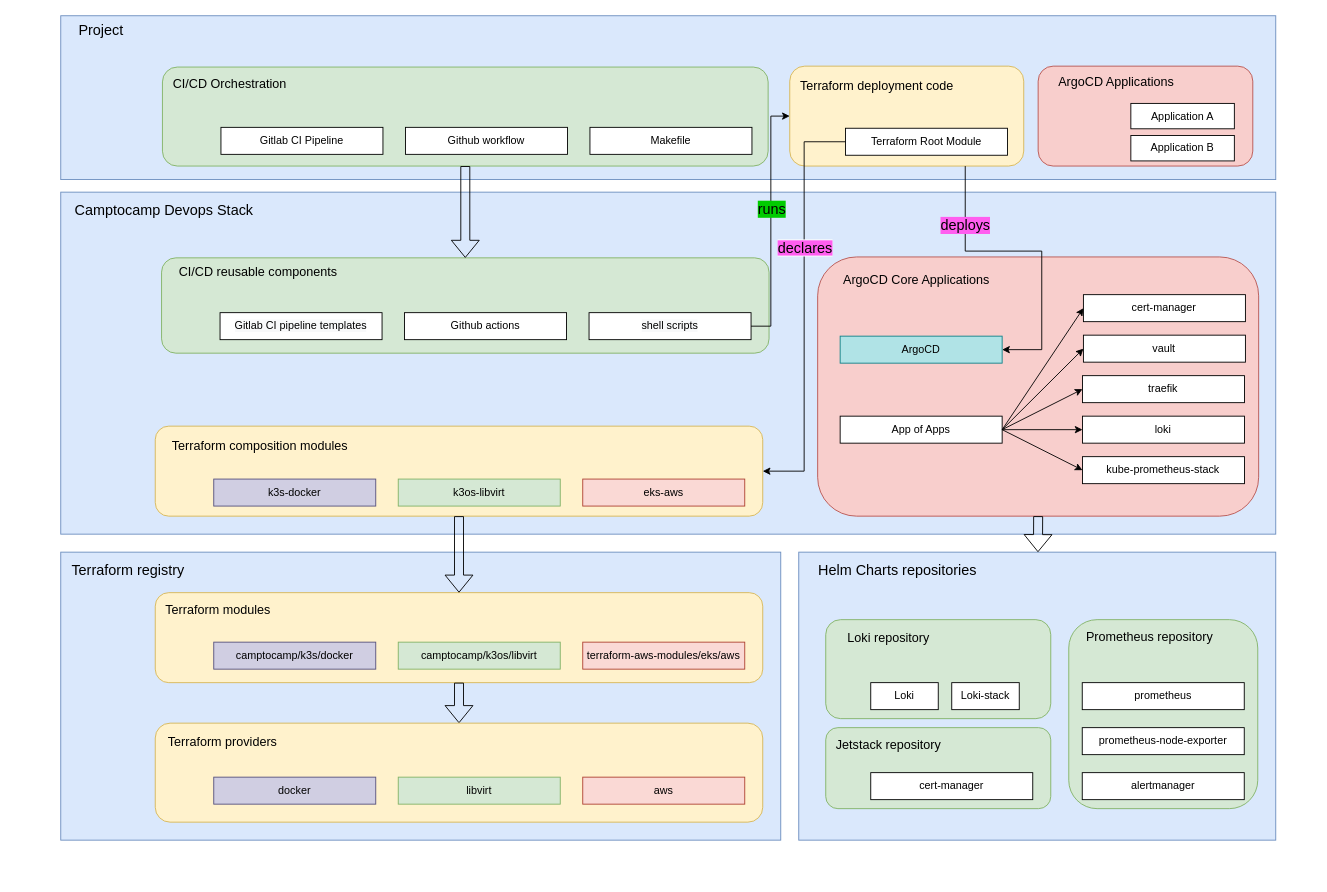
This is docs/modules/ROOT/assets/images/devops-stack-architecture.drawio from camptocamp/devops-stack, a draw.io file, before an edit. Source tidied: cells renumbered, new cells numbered last; positions are measured from the earlier drawing's top-left corner, leaving out a move shared by most shapes. Both pictures are drawn from the tidied source at 90%, with x=0, y=0 at pixel (15, 15).
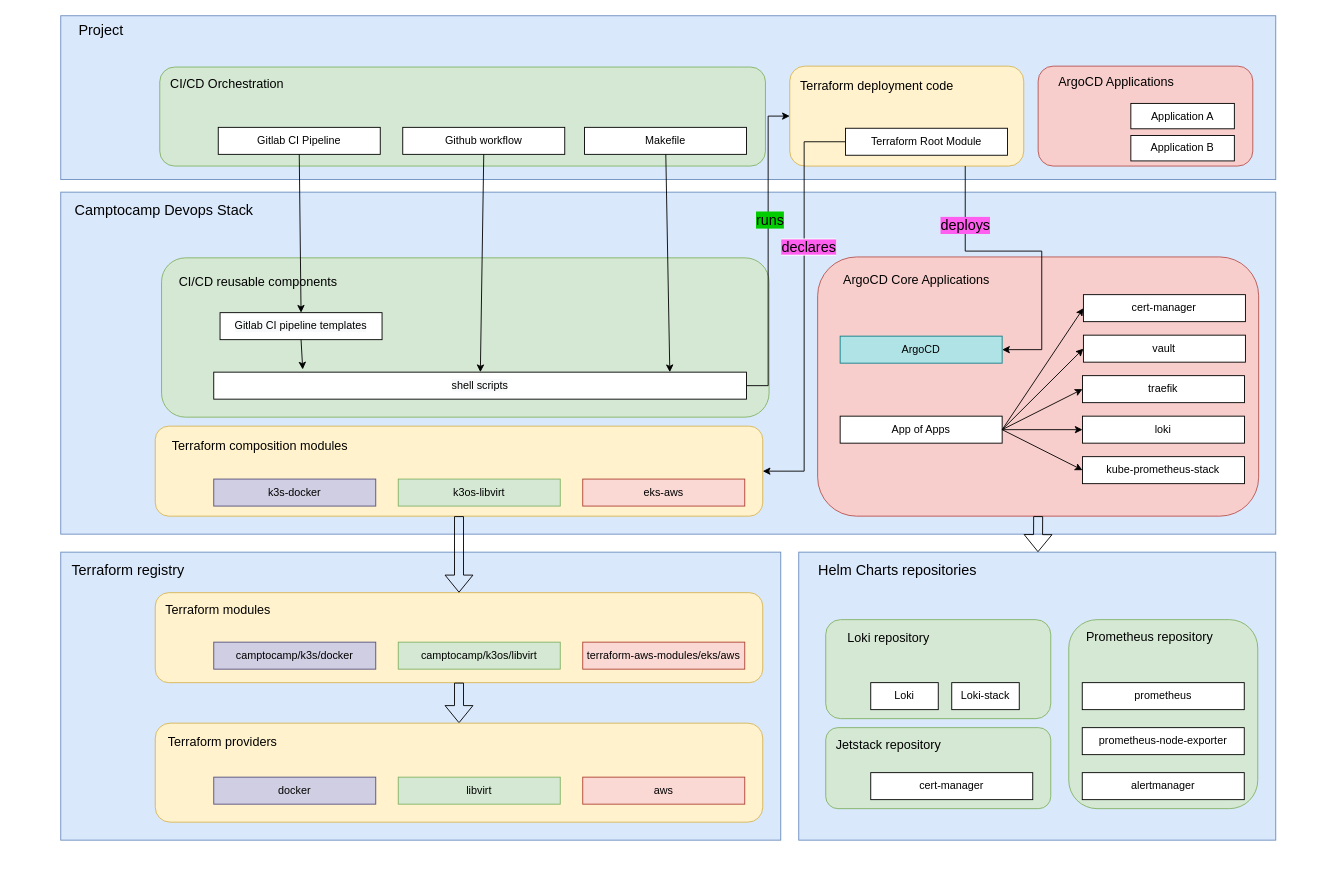
The same diagram, later.

Commit message (it also covers changes not shown here):
Update architecture schema

The change refers to these unchanged cells:
```xml
<mxCell id="18" style="group;" parent="1" vertex="1">
  <mxGeometry y="196" width="1400" height="380" as="geometry" />
</mxCell>
<mxCell id="42" value="&lt;span style=&quot;color: rgb(0, 0, 0); font-family: helvetica; font-size: 12px; font-style: normal; font-weight: 400; letter-spacing: normal; text-align: center; text-indent: 0px; text-transform: none; word-spacing: 0px; background-color: rgb(248, 249, 250); display: inline; float: none;&quot;&gt;Gitlab CI pipeline templates&lt;/span&gt;" style="rounded=0;whiteSpace=wrap;html=1;" parent="18" vertex="1">
  <mxGeometry x="227" y="133.9" width="180" height="30" as="geometry" />
</mxCell>
<mxCell id="75" style="rounded=1;whiteSpace=wrap;html=1;fillColor=#d5e8d4;strokeColor=#82b366;" parent="74" vertex="1">
  <mxGeometry width="673" height="110" as="geometry" />
</mxCell>
<mxCell id="77" value="Gitlab CI Pipeline" style="rounded=0;whiteSpace=wrap;html=1;" parent="74" vertex="1">
  <mxGeometry x="65" y="67" width="180" height="30" as="geometry" />
</mxCell>
<mxCell id="78" value="Github workflow" style="rounded=0;whiteSpace=wrap;html=1;" parent="74" vertex="1">
  <mxGeometry x="270" y="67" width="180" height="30" as="geometry" />
</mxCell>
<mxCell id="85" style="edgeStyle=elbowEdgeStyle;rounded=0;jettySize=auto;html=1;exitX=1;exitY=0.5;exitDx=0;exitDy=0;entryX=0;entryY=0.5;entryDx=0;entryDy=0;fontSize=14;" parent="1" edge="1" source="41" target="81">
  <mxGeometry relative="1" as="geometry" />
</mxCell>
<mxCell id="89" style="edgeStyle=elbowEdgeStyle;rounded=0;jumpStyle=arc;jettySize=auto;html=1;exitX=0;exitY=0.5;exitDx=0;exitDy=0;entryX=1;entryY=0.5;entryDx=0;entryDy=0;shadow=0;fontSize=14;" parent="1" edge="1" source="83" target="44">
  <mxGeometry relative="1" as="geometry" />
</mxCell>
```

What changed in the source:
```diff
@@
     <mxCell id="37" style="group;" parent="18" vertex="1">
-      <mxGeometry x="162" y="73" width="675" height="105.9" as="geometry" />
+      <mxGeometry x="162" y="73" width="675" height="177" as="geometry" />
     </mxCell>
     <mxCell id="38" style="rounded=1;whiteSpace=wrap;html=1;fillColor=#d5e8d4;strokeColor=#82b366;" parent="37" vertex="1">
-      <mxGeometry width="675" height="105.9" as="geometry" />
+      <mxGeometry width="675" height="177" as="geometry" />
     </mxCell>
     <mxCell id="39" value="CI/CD reusable components" style="text;html=1;strokeColor=none;fillColor=none;align=center;verticalAlign=middle;whiteSpace=wrap;rounded=0;rotation=0;fontSize=14;" parent="37" vertex="1">
-      <mxGeometry x="15" y="9.2" width="185" height="14.3" as="geometry" />
+      <mxGeometry x="15" y="15.4" width="185" height="23.9" as="geometry" />
     </mxCell>
-    <mxCell id="40" value="Github actions" style="rounded=0;whiteSpace=wrap;html=1;" parent="18" vertex="1">
-      <mxGeometry x="432" y="133.9" width="180" height="30" as="geometry" />
-    </mxCell>
-    <mxCell id="41" value="&lt;span style=&quot;color: rgb(0, 0, 0); font-family: helvetica; font-size: 12px; font-style: normal; font-weight: 400; letter-spacing: normal; text-align: center; text-indent: 0px; text-transform: none; word-spacing: 0px; background-color: rgb(248, 249, 250); display: inline; float: none;&quot;&gt;shell scripts&lt;/span&gt;" style="rounded=0;whiteSpace=wrap;html=1;" parent="18" vertex="1">
-      <mxGeometry x="637" y="133.9" width="180" height="30" as="geometry" />
+    <mxCell id="41" value="&lt;span style=&quot;color: rgb(0, 0, 0); font-family: helvetica; font-size: 12px; font-style: normal; font-weight: 400; letter-spacing: normal; text-align: center; text-indent: 0px; text-transform: none; word-spacing: 0px; background-color: rgb(248, 249, 250); display: inline; float: none;&quot;&gt;shell scripts&lt;/span&gt;" style="rounded=0;whiteSpace=wrap;html=1;" parent="37" vertex="1">
+      <mxGeometry x="58" y="127" width="592" height="30" as="geometry" />
     </mxCell>
@@
+    <mxCell id="92" style="endArrow=classic;html=1;exitX=0.5;exitY=1;exitDx=0;exitDy=0;entryX=0.167;entryY=-0.1;entryDx=0;entryDy=0;entryPerimeter=0;" parent="18" edge="1" source="42" target="41">
+      <mxGeometry relative="1" as="geometry" />
+    </mxCell>
@@
     <mxCell id="74" style="group;fontStyle=1;" parent="1" vertex="1">
-      <mxGeometry x="163" y="57" width="675" height="110" as="geometry" />
+      <mxGeometry x="160" y="57" width="675" height="110" as="geometry" />
     </mxCell>
@@
     <mxCell id="79" value="Makefile" style="rounded=0;whiteSpace=wrap;html=1;" parent="74" vertex="1">
-      <mxGeometry x="475" y="67" width="180" height="30" as="geometry" />
+      <mxGeometry x="472" y="67" width="180" height="30" as="geometry" />
     </mxCell>
@@
-    <mxCell id="84" style="edgeStyle=none;rounded=0;jettySize=auto;html=1;fontSize=14;shape=flexArrow;" parent="1" edge="1" source="75" target="38">
-      <mxGeometry relative="1" as="geometry" />
-    </mxCell>
@@
     <mxCell id="86" value="&lt;span style=&quot;&quot;&gt;runs&lt;/span&gt;" style="edgeLabel;html=1;align=center;verticalAlign=middle;fontSize=16;labelBackgroundColor=#00CC00;" parent="85" vertex="1">
-      <mxGeometry x="0.1" relative="1" as="geometry" />
+      <mxGeometry x="0.1" relative="1" as="geometry">
+        <mxPoint x="1" y="-18" as="offset" />
+      </mxGeometry>
     </mxCell>
@@
     <mxCell id="90" value="&lt;span style=&quot;background-color: rgb(255 , 94 , 239)&quot;&gt;declares&lt;/span&gt;" style="edgeLabel;html=1;align=center;verticalAlign=middle;fontSize=16;" parent="89" vertex="1">
-      <mxGeometry x="-0.29" relative="1" as="geometry" />
+      <mxGeometry x="-0.29" relative="1" as="geometry">
+        <mxPoint x="4" y="-1" as="offset" />
+      </mxGeometry>
     </mxCell>
@@
+    <mxCell id="93" style="endArrow=classic;html=1;entryX=0.856;entryY=0;entryDx=0;entryDy=0;entryPerimeter=0;" parent="1" edge="1" source="79" target="41">
+      <mxGeometry relative="1" as="geometry" />
+    </mxCell>
+    <mxCell id="94" style="endArrow=classic;html=1;exitX=0.5;exitY=1;exitDx=0;exitDy=0;" parent="1" edge="1" source="78" target="41">
+      <mxGeometry relative="1" as="geometry" />
+    </mxCell>
+    <mxCell id="95" style="endArrow=classic;html=1;exitX=0.5;exitY=1;exitDx=0;exitDy=0;entryX=0.5;entryY=0;entryDx=0;entryDy=0;" parent="1" edge="1" source="77" target="42">
+      <mxGeometry relative="1" as="geometry" />
+    </mxCell>
```
